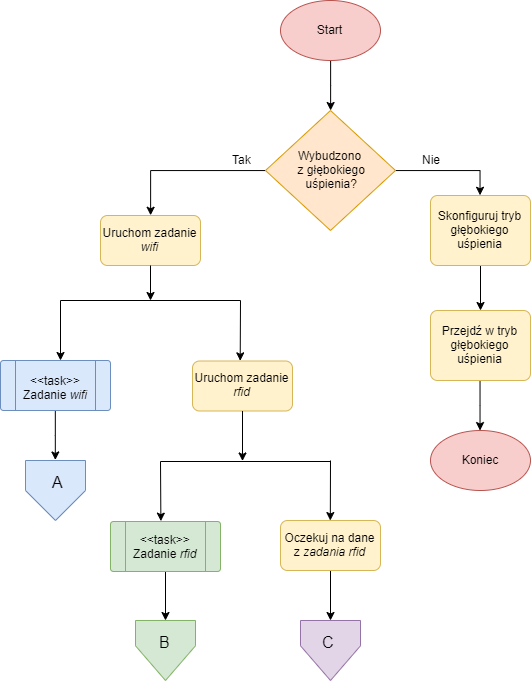
adapiekarska/centralized-lock-system keeps this draw.io diagram as docs/chapters/images/flowchart1.png. Above is the earlier version. Source tidied: cells renumbered, new cells last; positions are measured from the earlier drawing's top-left corner, leaving out a move shared by most shapes. Source of this version:
```xml
<mxGraphModel background="#ffffff">
  <root>
    <mxCell id="0" />
    <mxCell id="1" parent="0" />
    <mxCell id="2" style="edgeStyle=orthogonalEdgeStyle;rounded=0;jettySize=auto;html=1;strokeWidth=1;" parent="1" edge="1" source="3" target="6">
      <mxGeometry relative="1" as="geometry" />
    </mxCell>
    <mxCell id="3" value="Start" style="strokeWidth=1;html=1;shape=mxgraph.flowchart.start_1;whiteSpace=wrap;fillColor=#f8cecc;strokeColor=#b85450;" parent="1" vertex="1">
      <mxGeometry x="280" width="100" height="60" as="geometry" />
    </mxCell>
    <mxCell id="4" style="edgeStyle=orthogonalEdgeStyle;rounded=0;jettySize=auto;html=1;entryX=0.5;entryY=0;entryDx=0;entryDy=0;strokeWidth=1;" parent="1" edge="1" source="6" target="15">
      <mxGeometry relative="1" as="geometry" />
    </mxCell>
    <mxCell id="5" style="edgeStyle=orthogonalEdgeStyle;rounded=0;jettySize=auto;html=1;entryX=0.5;entryY=0;entryDx=0;entryDy=0;strokeWidth=1;" parent="1" edge="1" source="6" target="9">
      <mxGeometry relative="1" as="geometry" />
    </mxCell>
    <mxCell id="6" value="Wybudzono&lt;br&gt;&amp;nbsp;z głębokiego&lt;br&gt;&amp;nbsp;uśpienia?" style="strokeWidth=1;html=1;shape=mxgraph.flowchart.decision;whiteSpace=wrap;fillColor=#ffe6cc;strokeColor=#d79b00;" parent="1" vertex="1">
      <mxGeometry x="265" y="110" width="130" height="120" as="geometry" />
    </mxCell>
    <mxCell id="7" value="Nie" style="text;html=1;align=left;verticalAlign=top;spacingTop=-4;strokeWidth=1;" parent="1" vertex="1">
      <mxGeometry x="420" y="150" width="30" height="20" as="geometry" />
    </mxCell>
    <mxCell id="8" style="edgeStyle=orthogonalEdgeStyle;rounded=0;jettySize=auto;html=1;strokeWidth=1;" parent="1" edge="1" source="9" target="11">
      <mxGeometry relative="1" as="geometry" />
    </mxCell>
    <mxCell id="9" value="Skonfiguruj tryb głębokiego uśpienia" style="rounded=1;whiteSpace=wrap;html=1;absoluteArcSize=1;arcSize=14;strokeWidth=1;fillColor=#fff2cc;strokeColor=#d6b656;" parent="1" vertex="1">
      <mxGeometry x="430" y="195" width="100" height="70" as="geometry" />
    </mxCell>
    <mxCell id="10" style="edgeStyle=orthogonalEdgeStyle;rounded=0;jettySize=auto;html=1;entryX=0.5;entryY=0;entryDx=0;entryDy=0;entryPerimeter=0;strokeWidth=1;" parent="1" edge="1" source="11" target="12">
      <mxGeometry relative="1" as="geometry" />
    </mxCell>
    <mxCell id="11" value="Przejdź w tryb głębokiego uśpienia" style="rounded=1;whiteSpace=wrap;html=1;absoluteArcSize=1;arcSize=14;strokeWidth=1;fillColor=#fff2cc;strokeColor=#d6b656;" parent="1" vertex="1">
      <mxGeometry x="430" y="310" width="100" height="70" as="geometry" />
    </mxCell>
    <mxCell id="12" value="Koniec" style="strokeWidth=1;html=1;shape=mxgraph.flowchart.start_1;whiteSpace=wrap;fillColor=#f8cecc;strokeColor=#b85450;" parent="1" vertex="1">
      <mxGeometry x="430" y="430" width="100" height="60" as="geometry" />
    </mxCell>
    <mxCell id="13" value="Tak" style="text;html=1;align=left;verticalAlign=top;spacingTop=-4;strokeWidth=1;" parent="1" vertex="1">
      <mxGeometry x="230" y="150" width="30" height="20" as="geometry" />
    </mxCell>
    <mxCell id="14" value="Uruchom zadanie &lt;i&gt;rfid&lt;/i&gt;" style="rounded=1;whiteSpace=wrap;html=1;absoluteArcSize=1;arcSize=14;strokeWidth=1;fillColor=#fff2cc;strokeColor=#d6b656;" parent="1" vertex="1">
      <mxGeometry x="192" y="360.5" width="100" height="50" as="geometry" />
    </mxCell>
    <mxCell id="15" value="Uruchom zadanie &lt;i&gt;wifi&lt;/i&gt;" style="rounded=1;whiteSpace=wrap;html=1;absoluteArcSize=1;arcSize=14;strokeWidth=1;fillColor=#fff2cc;strokeColor=#d6b656;" parent="1" vertex="1">
      <mxGeometry x="100" y="215" width="100" height="50" as="geometry" />
    </mxCell>
    <mxCell id="16" style="edgeStyle=none;rounded=0;jettySize=auto;html=1;strokeWidth=1;" parent="1" edge="1" source="17">
      <mxGeometry relative="1" as="geometry">
        <mxPoint x="330" y="620" as="targetPoint" />
      </mxGeometry>
    </mxCell>
    <mxCell id="17" value="Oczekuj na dane z &lt;i&gt;zadania rfid&lt;/i&gt;" style="rounded=1;whiteSpace=wrap;html=1;absoluteArcSize=1;arcSize=14;strokeWidth=1;fillColor=#fff2cc;strokeColor=#d6b656;" parent="1" vertex="1">
      <mxGeometry x="280" y="520" width="100" height="50" as="geometry" />
    </mxCell>
    <mxCell id="18" style="endArrow=classic;html=1;entryX=0.5;entryY=0;entryDx=0;entryDy=0;strokeWidth=1;" parent="1" edge="1">
      <mxGeometry relative="1" as="geometry">
        <mxPoint x="60" y="300" as="sourcePoint" />
        <mxPoint x="60" y="360" as="targetPoint" />
      </mxGeometry>
    </mxCell>
    <mxCell id="19" style="verticalLabelPosition=bottom;verticalAlign=top;html=1;shape=offPageConnector;rounded=0;size=0.5;strokeWidth=1;fillColor=#dae8fc;strokeColor=#6c8ebf;" parent="1" vertex="1">
      <mxGeometry x="25" y="460" width="60" height="60" as="geometry" />
    </mxCell>
    <mxCell id="20" style="endArrow=classic;html=1;exitX=0.5;exitY=1;exitDx=0;exitDy=0;strokeWidth=1;" parent="1" edge="1" source="15">
      <mxGeometry relative="1" as="geometry">
        <mxPoint x="150" y="300" as="targetPoint" />
      </mxGeometry>
    </mxCell>
    <mxCell id="21" style="endArrow=none;html=1;strokeWidth=1;" parent="1" edge="1">
      <mxGeometry relative="1" as="geometry">
        <mxPoint x="60" y="300" as="sourcePoint" />
        <mxPoint x="240" y="300" as="targetPoint" />
      </mxGeometry>
    </mxCell>
    <mxCell id="22" style="edgeStyle=orthogonalEdgeStyle;rounded=0;jettySize=auto;html=1;entryX=0.5;entryY=0;entryDx=0;entryDy=0;strokeWidth=1;" parent="1" edge="1" source="23" target="19">
      <mxGeometry relative="1" as="geometry" />
    </mxCell>
    <mxCell id="23" style="verticalLabelPosition=bottom;verticalAlign=top;html=1;shape=process;whiteSpace=wrap;rounded=1;size=0.14;arcSize=6;strokeWidth=1;fillColor=#dae8fc;strokeColor=#6c8ebf;" parent="1" vertex="1">
      <mxGeometry y="360" width="110" height="50" as="geometry" />
    </mxCell>
    <mxCell id="24" value="&amp;lt;&amp;lt;task&amp;gt;&amp;gt;&lt;br&gt;Zadanie &lt;i&gt;wifi&lt;/i&gt;" style="text;html=1;align=center;verticalAlign=top;spacingTop=-4;strokeWidth=1;" parent="1" vertex="1">
      <mxGeometry x="15" y="370.5" width="80" height="30" as="geometry" />
    </mxCell>
    <mxCell id="25" style="endArrow=classic;html=1;entryX=0.477;entryY=-0.003;entryDx=0;entryDy=0;entryPerimeter=0;strokeWidth=1;" parent="1" edge="1" target="14">
      <mxGeometry relative="1" as="geometry">
        <mxPoint x="240" y="300" as="sourcePoint" />
      </mxGeometry>
    </mxCell>
    <mxCell id="26" style="endArrow=classic;html=1;exitX=0.5;exitY=1;exitDx=0;exitDy=0;strokeWidth=1;" parent="1" edge="1" source="14">
      <mxGeometry relative="1" as="geometry">
        <mxPoint x="242" y="460.5" as="targetPoint" />
      </mxGeometry>
    </mxCell>
    <mxCell id="27" style="rounded=0;jettySize=auto;html=1;strokeWidth=1;" parent="1" edge="1" source="28">
      <mxGeometry relative="1" as="geometry">
        <mxPoint x="165" y="620" as="targetPoint" />
      </mxGeometry>
    </mxCell>
    <mxCell id="28" style="verticalLabelPosition=bottom;verticalAlign=top;html=1;shape=process;whiteSpace=wrap;rounded=1;size=0.14;arcSize=6;strokeWidth=1;fillColor=#d5e8d4;strokeColor=#82b366;" parent="1" vertex="1">
      <mxGeometry x="110" y="521" width="110" height="50" as="geometry" />
    </mxCell>
    <mxCell id="29" value="&amp;lt;&amp;lt;task&amp;gt;&amp;gt;&lt;br&gt;Zadanie &lt;i&gt;rfid&lt;/i&gt;" style="text;html=1;align=center;verticalAlign=top;spacingTop=-4;strokeWidth=1;" parent="1" vertex="1">
      <mxGeometry x="125" y="530" width="80" height="30" as="geometry" />
    </mxCell>
    <mxCell id="30" style="endArrow=none;html=1;strokeWidth=1;" parent="1" edge="1">
      <mxGeometry relative="1" as="geometry">
        <mxPoint x="160" y="461" as="sourcePoint" />
        <mxPoint x="330" y="461" as="targetPoint" />
      </mxGeometry>
    </mxCell>
    <mxCell id="31" style="endArrow=classic;html=1;entryX=0.458;entryY=-0.007;entryDx=0;entryDy=0;entryPerimeter=0;strokeWidth=1;" parent="1" edge="1" target="28">
      <mxGeometry relative="1" as="geometry">
        <mxPoint x="160" y="461" as="sourcePoint" />
      </mxGeometry>
    </mxCell>
    <mxCell id="32" style="verticalLabelPosition=bottom;verticalAlign=top;html=1;shape=offPageConnector;rounded=0;size=0.5783328586154539;strokeWidth=1;fillColor=#d5e8d4;strokeColor=#82b366;" parent="1" vertex="1">
      <mxGeometry x="135" y="620" width="60" height="60" as="geometry" />
    </mxCell>
    <mxCell id="33" style="endArrow=classic;html=1;entryX=0.471;entryY=0.001;entryDx=0;entryDy=0;entryPerimeter=0;strokeWidth=1;" parent="1" edge="1">
      <mxGeometry relative="1" as="geometry">
        <mxPoint x="330" y="460" as="sourcePoint" />
        <mxPoint x="329.8" y="520.1" as="targetPoint" />
      </mxGeometry>
    </mxCell>
    <mxCell id="34" style="verticalLabelPosition=bottom;verticalAlign=top;html=1;shape=offPageConnector;rounded=0;size=0.5783328586154539;strokeWidth=1;fillColor=#e1d5e7;strokeColor=#9673a6;" parent="1" vertex="1">
      <mxGeometry x="300" y="620" width="60" height="60" as="geometry" />
    </mxCell>
    <mxCell id="35" value="&lt;font style=&quot;font-size: 16px&quot;&gt;A&lt;/font&gt;" style="text;html=1;align=left;verticalAlign=top;spacingTop=-4;" parent="1" vertex="1">
      <mxGeometry x="50" y="470" width="30" height="20" as="geometry" />
    </mxCell>
    <mxCell id="36" value="&lt;font style=&quot;font-size: 16px&quot;&gt;B&lt;/font&gt;" style="text;html=1;align=left;verticalAlign=top;spacingTop=-4;" parent="1" vertex="1">
      <mxGeometry x="157" y="630" width="30" height="20" as="geometry" />
    </mxCell>
    <mxCell id="37" value="&lt;font style=&quot;font-size: 16px&quot;&gt;C&lt;/font&gt;" style="text;html=1;align=left;verticalAlign=top;spacingTop=-4;" parent="1" vertex="1">
      <mxGeometry x="320" y="630" width="30" height="20" as="geometry" />
    </mxCell>
  </root>
</mxGraphModel>
```
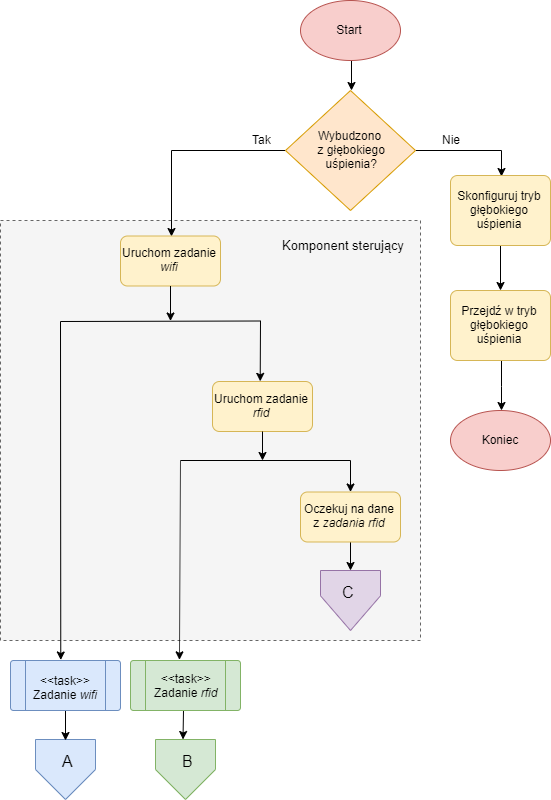
Later version of the same file.

Diff of the diagram source:
```diff
@@ -2,11 +2,17 @@
   <root>
     <mxCell id="0" />
     <mxCell id="1" parent="0" />
+    <mxCell id="38" style="rounded=0;whiteSpace=wrap;html=1;fontSize=13;dashed=1;fillColor=#f5f5f5;strokeColor=#666666;fontColor=#333333;" parent="1" vertex="1">
+      <mxGeometry x="-20" y="240" width="420" height="420" as="geometry" />
+    </mxCell>
+    <mxCell id="39" style="verticalLabelPosition=bottom;verticalAlign=top;html=1;shape=offPageConnector;rounded=0;size=0.5;strokeWidth=1;fillColor=#d5e8d4;strokeColor=#82b366;" parent="1" vertex="1">
+      <mxGeometry x="135" y="759" width="60" height="60" as="geometry" />
+    </mxCell>
     <mxCell id="2" style="edgeStyle=orthogonalEdgeStyle;rounded=0;jettySize=auto;html=1;strokeWidth=1;" parent="1" edge="1" source="3" target="6">
       <mxGeometry relative="1" as="geometry" />
     </mxCell>
     <mxCell id="3" value="Start" style="strokeWidth=1;html=1;shape=mxgraph.flowchart.start_1;whiteSpace=wrap;fillColor=#f8cecc;strokeColor=#b85450;" parent="1" vertex="1">
-      <mxGeometry x="280" width="100" height="60" as="geometry" />
+      <mxGeometry x="280" y="20" width="100" height="60" as="geometry" />
     </mxCell>
     <mxCell id="4" style="edgeStyle=orthogonalEdgeStyle;rounded=0;jettySize=auto;html=1;entryX=0.5;entryY=0;entryDx=0;entryDy=0;strokeWidth=1;" parent="1" edge="1" source="6" target="15">
       <mxGeometry relative="1" as="geometry" />
@@ -39,100 +45,97 @@
       <mxGeometry x="230" y="150" width="30" height="20" as="geometry" />
     </mxCell>
     <mxCell id="14" value="Uruchom zadanie &lt;i&gt;rfid&lt;/i&gt;" style="rounded=1;whiteSpace=wrap;html=1;absoluteArcSize=1;arcSize=14;strokeWidth=1;fillColor=#fff2cc;strokeColor=#d6b656;" parent="1" vertex="1">
-      <mxGeometry x="192" y="360.5" width="100" height="50" as="geometry" />
+      <mxGeometry x="192" y="401" width="100" height="50" as="geometry" />
     </mxCell>
     <mxCell id="15" value="Uruchom zadanie &lt;i&gt;wifi&lt;/i&gt;" style="rounded=1;whiteSpace=wrap;html=1;absoluteArcSize=1;arcSize=14;strokeWidth=1;fillColor=#fff2cc;strokeColor=#d6b656;" parent="1" vertex="1">
-      <mxGeometry x="100" y="215" width="100" height="50" as="geometry" />
+      <mxGeometry x="100" y="255.5" width="100" height="50" as="geometry" />
     </mxCell>
-    <mxCell id="16" style="edgeStyle=none;rounded=0;jettySize=auto;html=1;strokeWidth=1;" parent="1" edge="1" source="17">
-      <mxGeometry relative="1" as="geometry">
-        <mxPoint x="330" y="620" as="targetPoint" />
-      </mxGeometry>
+    <mxCell id="16" style="edgeStyle=none;rounded=0;jettySize=auto;html=1;strokeWidth=1;entryX=0.5;entryY=0;entryDx=0;entryDy=0;" parent="1" edge="1" source="17" target="34">
+      <mxGeometry relative="1" as="geometry" />
     </mxCell>
     <mxCell id="17" value="Oczekuj na dane z &lt;i&gt;zadania rfid&lt;/i&gt;" style="rounded=1;whiteSpace=wrap;html=1;absoluteArcSize=1;arcSize=14;strokeWidth=1;fillColor=#fff2cc;strokeColor=#d6b656;" parent="1" vertex="1">
-      <mxGeometry x="280" y="520" width="100" height="50" as="geometry" />
+      <mxGeometry x="280" y="511.5" width="100" height="50" as="geometry" />
     </mxCell>
-    <mxCell id="18" style="endArrow=classic;html=1;entryX=0.5;entryY=0;entryDx=0;entryDy=0;strokeWidth=1;" parent="1" edge="1">
+    <mxCell id="18" style="endArrow=classic;html=1;entryX=0.457;entryY=-0.01;entryDx=0;entryDy=0;strokeWidth=1;entryPerimeter=0;" parent="1" edge="1" target="23">
       <mxGeometry relative="1" as="geometry">
-        <mxPoint x="60" y="300" as="sourcePoint" />
-        <mxPoint x="60" y="360" as="targetPoint" />
+        <mxPoint x="40" y="341" as="sourcePoint" />
       </mxGeometry>
     </mxCell>
     <mxCell id="19" style="verticalLabelPosition=bottom;verticalAlign=top;html=1;shape=offPageConnector;rounded=0;size=0.5;strokeWidth=1;fillColor=#dae8fc;strokeColor=#6c8ebf;" parent="1" vertex="1">
-      <mxGeometry x="25" y="460" width="60" height="60" as="geometry" />
+      <mxGeometry x="15" y="759" width="60" height="60" as="geometry" />
     </mxCell>
     <mxCell id="20" style="endArrow=classic;html=1;exitX=0.5;exitY=1;exitDx=0;exitDy=0;strokeWidth=1;" parent="1" edge="1" source="15">
       <mxGeometry relative="1" as="geometry">
-        <mxPoint x="150" y="300" as="targetPoint" />
+        <mxPoint x="150" y="340.5" as="targetPoint" />
       </mxGeometry>
     </mxCell>
     <mxCell id="21" style="endArrow=none;html=1;strokeWidth=1;" parent="1" edge="1">
       <mxGeometry relative="1" as="geometry">
-        <mxPoint x="60" y="300" as="sourcePoint" />
-        <mxPoint x="240" y="300" as="targetPoint" />
+        <mxPoint x="40" y="341" as="sourcePoint" />
+        <mxPoint x="240" y="340.5" as="targetPoint" />
       </mxGeometry>
     </mxCell>
     <mxCell id="22" style="edgeStyle=orthogonalEdgeStyle;rounded=0;jettySize=auto;html=1;entryX=0.5;entryY=0;entryDx=0;entryDy=0;strokeWidth=1;" parent="1" edge="1" source="23" target="19">
       <mxGeometry relative="1" as="geometry" />
     </mxCell>
     <mxCell id="23" style="verticalLabelPosition=bottom;verticalAlign=top;html=1;shape=process;whiteSpace=wrap;rounded=1;size=0.14;arcSize=6;strokeWidth=1;fillColor=#dae8fc;strokeColor=#6c8ebf;" parent="1" vertex="1">
-      <mxGeometry y="360" width="110" height="50" as="geometry" />
+      <mxGeometry x="-10" y="680" width="110" height="50" as="geometry" />
     </mxCell>
     <mxCell id="24" value="&amp;lt;&amp;lt;task&amp;gt;&amp;gt;&lt;br&gt;Zadanie &lt;i&gt;wifi&lt;/i&gt;" style="text;html=1;align=center;verticalAlign=top;spacingTop=-4;strokeWidth=1;" parent="1" vertex="1">
-      <mxGeometry x="15" y="370.5" width="80" height="30" as="geometry" />
+      <mxGeometry x="5" y="690.5" width="80" height="30" as="geometry" />
     </mxCell>
     <mxCell id="25" style="endArrow=classic;html=1;entryX=0.477;entryY=-0.003;entryDx=0;entryDy=0;entryPerimeter=0;strokeWidth=1;" parent="1" edge="1" target="14">
       <mxGeometry relative="1" as="geometry">
-        <mxPoint x="240" y="300" as="sourcePoint" />
+        <mxPoint x="240" y="340.5" as="sourcePoint" />
       </mxGeometry>
     </mxCell>
     <mxCell id="26" style="endArrow=classic;html=1;exitX=0.5;exitY=1;exitDx=0;exitDy=0;strokeWidth=1;" parent="1" edge="1" source="14">
       <mxGeometry relative="1" as="geometry">
-        <mxPoint x="242" y="460.5" as="targetPoint" />
+        <mxPoint x="242" y="480" as="targetPoint" />
       </mxGeometry>
     </mxCell>
-    <mxCell id="27" style="rounded=0;jettySize=auto;html=1;strokeWidth=1;" parent="1" edge="1" source="28">
+    <mxCell id="27" style="rounded=0;orthogonalLoop=1;jettySize=auto;html=1;strokeWidth=1;entryX=0.5;entryY=0;entryDx=0;entryDy=0;" parent="1" edge="1">
       <mxGeometry relative="1" as="geometry">
-        <mxPoint x="165" y="620" as="targetPoint" />
+        <mxPoint x="163" y="730" as="sourcePoint" />
+        <mxPoint x="162.5" y="759" as="targetPoint" />
       </mxGeometry>
     </mxCell>
     <mxCell id="28" style="verticalLabelPosition=bottom;verticalAlign=top;html=1;shape=process;whiteSpace=wrap;rounded=1;size=0.14;arcSize=6;strokeWidth=1;fillColor=#d5e8d4;strokeColor=#82b366;" parent="1" vertex="1">
-      <mxGeometry x="110" y="521" width="110" height="50" as="geometry" />
+      <mxGeometry x="110" y="680" width="110" height="50" as="geometry" />
     </mxCell>
     <mxCell id="29" value="&amp;lt;&amp;lt;task&amp;gt;&amp;gt;&lt;br&gt;Zadanie &lt;i&gt;rfid&lt;/i&gt;" style="text;html=1;align=center;verticalAlign=top;spacingTop=-4;strokeWidth=1;" parent="1" vertex="1">
-      <mxGeometry x="125" y="530" width="80" height="30" as="geometry" />
+      <mxGeometry x="125" y="689" width="80" height="30" as="geometry" />
     </mxCell>
     <mxCell id="30" style="endArrow=none;html=1;strokeWidth=1;" parent="1" edge="1">
       <mxGeometry relative="1" as="geometry">
-        <mxPoint x="160" y="461" as="sourcePoint" />
-        <mxPoint x="330" y="461" as="targetPoint" />
+        <mxPoint x="160" y="480" as="sourcePoint" />
+        <mxPoint x="330" y="480" as="targetPoint" />
       </mxGeometry>
     </mxCell>
-    <mxCell id="31" style="endArrow=classic;html=1;entryX=0.458;entryY=-0.007;entryDx=0;entryDy=0;entryPerimeter=0;strokeWidth=1;" parent="1" edge="1" target="28">
+    <mxCell id="31" style="endArrow=classic;html=1;entryX=0.445;entryY=-0.013;entryDx=0;entryDy=0;entryPerimeter=0;strokeWidth=1;" parent="1" edge="1" target="28">
       <mxGeometry relative="1" as="geometry">
-        <mxPoint x="160" y="461" as="sourcePoint" />
+        <mxPoint x="160" y="480" as="sourcePoint" />
       </mxGeometry>
     </mxCell>
-    <mxCell id="32" style="verticalLabelPosition=bottom;verticalAlign=top;html=1;shape=offPageConnector;rounded=0;size=0.5783328586154539;strokeWidth=1;fillColor=#d5e8d4;strokeColor=#82b366;" parent="1" vertex="1">
-      <mxGeometry x="135" y="620" width="60" height="60" as="geometry" />
-    </mxCell>
-    <mxCell id="33" style="endArrow=classic;html=1;entryX=0.471;entryY=0.001;entryDx=0;entryDy=0;entryPerimeter=0;strokeWidth=1;" parent="1" edge="1">
+    <mxCell id="33" style="endArrow=classic;html=1;entryX=0.5;entryY=0;entryDx=0;entryDy=0;strokeWidth=1;" parent="1" edge="1" target="17">
       <mxGeometry relative="1" as="geometry">
-        <mxPoint x="330" y="460" as="sourcePoint" />
-        <mxPoint x="329.8" y="520.1" as="targetPoint" />
+        <mxPoint x="330" y="480" as="sourcePoint" />
       </mxGeometry>
     </mxCell>
     <mxCell id="34" style="verticalLabelPosition=bottom;verticalAlign=top;html=1;shape=offPageConnector;rounded=0;size=0.5783328586154539;strokeWidth=1;fillColor=#e1d5e7;strokeColor=#9673a6;" parent="1" vertex="1">
-      <mxGeometry x="300" y="620" width="60" height="60" as="geometry" />
+      <mxGeometry x="300" y="590" width="60" height="60" as="geometry" />
     </mxCell>
     <mxCell id="35" value="&lt;font style=&quot;font-size: 16px&quot;&gt;A&lt;/font&gt;" style="text;html=1;align=left;verticalAlign=top;spacingTop=-4;" parent="1" vertex="1">
-      <mxGeometry x="50" y="470" width="30" height="20" as="geometry" />
+      <mxGeometry x="40" y="769" width="30" height="20" as="geometry" />
     </mxCell>
-    <mxCell id="36" value="&lt;font style=&quot;font-size: 16px&quot;&gt;B&lt;/font&gt;" style="text;html=1;align=left;verticalAlign=top;spacingTop=-4;" parent="1" vertex="1">
-      <mxGeometry x="157" y="630" width="30" height="20" as="geometry" />
+    <mxCell id="36" value="&lt;font style=&quot;font-size: 16px&quot;&gt;B&lt;/font&gt;" style="text;html=1;align=left;verticalAlign=top;spacingTop=-4;fillColor=#d5e8d4;strokeColor=none;" parent="1" vertex="1">
+      <mxGeometry x="160" y="769" width="30" height="20" as="geometry" />
     </mxCell>
     <mxCell id="37" value="&lt;font style=&quot;font-size: 16px&quot;&gt;C&lt;/font&gt;" style="text;html=1;align=left;verticalAlign=top;spacingTop=-4;" parent="1" vertex="1">
-      <mxGeometry x="320" y="630" width="30" height="20" as="geometry" />
+      <mxGeometry x="320" y="600" width="30" height="20" as="geometry" />
     </mxCell>
+    <mxCell id="40" value="Komponent sterujący" style="text;html=1;align=left;verticalAlign=top;spacingTop=-4;fontSize=13;" parent="1" vertex="1">
+      <mxGeometry x="260" y="255" width="140" height="20" as="geometry" />
+    </mxCell>
   </root>
 </mxGraphModel>
```
